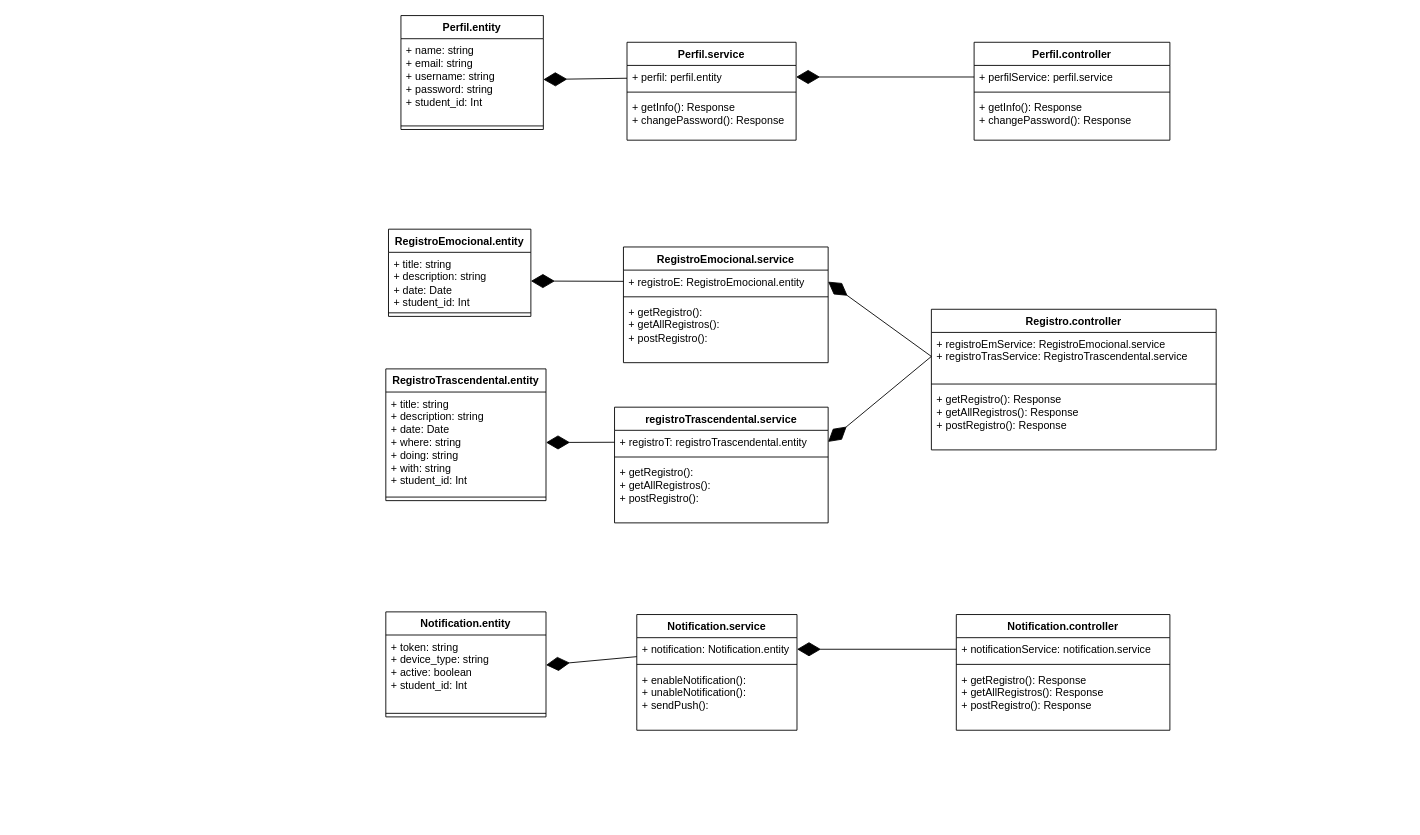
This is ClassDiagram.drawio from Our-Hive/OurHive-API-v2, a draw.io file, before an edit. Source tidied: cells renumbered, new cells numbered last; positions are measured from the earlier drawing's top-left corner, leaving out a move shared by most shapes. Both pictures are drawn from the tidied source at 89%, with x=0, y=0 at pixel (385, 15).
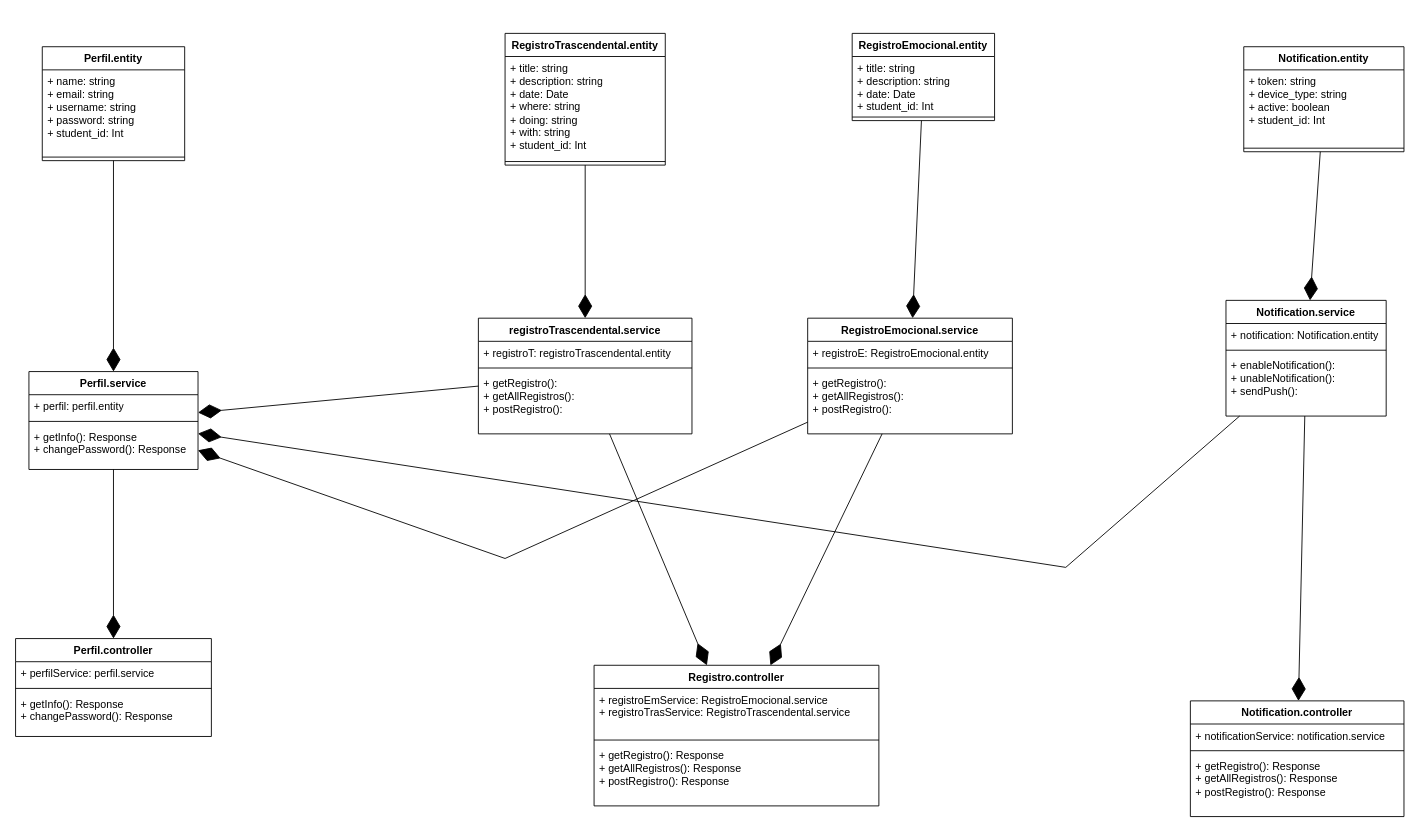
The same page after the edit.

The change refers to these unchanged cells:
```xml
<mxCell id="3" value="+ perfilService: perfil.service" style="text;strokeColor=none;fillColor=none;align=left;verticalAlign=top;spacingLeft=4;spacingRight=4;overflow=hidden;points=[[0,0.5],[1,0.5]];portConstraint=eastwest;whiteSpace=wrap;html=1;" parent="2" vertex="1">
  <mxGeometry y="26" width="220" height="26" as="geometry" />
</mxCell>
<mxCell id="7" value="+ perfil: perfil.entity" style="text;strokeColor=none;fillColor=none;align=left;verticalAlign=top;spacingLeft=4;spacingRight=4;overflow=hidden;points=[[0,0.5],[1,0.5]];portConstraint=eastwest;whiteSpace=wrap;html=1;" parent="6" vertex="1">
  <mxGeometry y="26" width="190" height="26" as="geometry" />
</mxCell>
<mxCell id="11" value="+ name: string&lt;br&gt;+ email: string&lt;br&gt;+ username: string&lt;br&gt;+ password: string&lt;br&gt;+ student_id: Int" style="text;strokeColor=none;fillColor=none;align=left;verticalAlign=top;spacingLeft=4;spacingRight=4;overflow=hidden;points=[[0,0.5],[1,0.5]];portConstraint=eastwest;whiteSpace=wrap;html=1;" parent="10" vertex="1">
  <mxGeometry y="26" width="160" height="94" as="geometry" />
</mxCell>
<mxCell id="14" value="+ title: string&lt;br&gt;+ description: string&lt;br&gt;+ date: Date&lt;br&gt;+ student_id: Int" style="text;strokeColor=none;fillColor=none;align=left;verticalAlign=top;spacingLeft=4;spacingRight=4;overflow=hidden;points=[[0,0.5],[1,0.5]];portConstraint=eastwest;whiteSpace=wrap;html=1;" parent="13" vertex="1">
  <mxGeometry y="26" width="160" height="64" as="geometry" />
</mxCell>
<mxCell id="17" value="+ registroE: RegistroEmocional.entity" style="text;strokeColor=none;fillColor=none;align=left;verticalAlign=top;spacingLeft=4;spacingRight=4;overflow=hidden;points=[[0,0.5],[1,0.5]];portConstraint=eastwest;whiteSpace=wrap;html=1;" parent="16" vertex="1">
  <mxGeometry y="26" width="230" height="26" as="geometry" />
</mxCell>
<mxCell id="21" value="+ registroEmService: RegistroEmocional.service&lt;br&gt;+ registroTrasService: RegistroTrascendental.service" style="text;strokeColor=none;fillColor=none;align=left;verticalAlign=top;spacingLeft=4;spacingRight=4;overflow=hidden;points=[[0,0.5],[1,0.5]];portConstraint=eastwest;whiteSpace=wrap;html=1;" parent="20" vertex="1">
  <mxGeometry y="26" width="320" height="54" as="geometry" />
</mxCell>
<mxCell id="25" value="+ title: string&lt;br&gt;+ description: string&lt;br&gt;+ date: Date&lt;br&gt;+ where: string&lt;br&gt;+ doing: string&lt;br&gt;+ with: string&lt;br&gt;+ student_id: Int" style="text;strokeColor=none;fillColor=none;align=left;verticalAlign=top;spacingLeft=4;spacingRight=4;overflow=hidden;points=[[0,0.5],[1,0.5]];portConstraint=eastwest;whiteSpace=wrap;html=1;" parent="24" vertex="1">
  <mxGeometry y="26" width="180" height="114" as="geometry" />
</mxCell>
<mxCell id="28" value="+ registroT: registroTrascendental.entity" style="text;strokeColor=none;fillColor=none;align=left;verticalAlign=top;spacingLeft=4;spacingRight=4;overflow=hidden;points=[[0,0.5],[1,0.5]];portConstraint=eastwest;whiteSpace=wrap;html=1;" parent="27" vertex="1">
  <mxGeometry y="26" width="240" height="26" as="geometry" />
</mxCell>
<mxCell id="32" value="+ token: string&lt;br&gt;+ device_type: string&lt;br&gt;+ active: boolean&lt;br&gt;+ student_id: Int" style="text;strokeColor=none;fillColor=none;align=left;verticalAlign=top;spacingLeft=4;spacingRight=4;overflow=hidden;points=[[0,0.5],[1,0.5]];portConstraint=eastwest;whiteSpace=wrap;html=1;" parent="31" vertex="1">
  <mxGeometry y="26" width="180" height="84" as="geometry" />
</mxCell>
<mxCell id="35" value="+ notification: Notification.entity" style="text;strokeColor=none;fillColor=none;align=left;verticalAlign=top;spacingLeft=4;spacingRight=4;overflow=hidden;points=[[0,0.5],[1,0.5]];portConstraint=eastwest;whiteSpace=wrap;html=1;" parent="34" vertex="1">
  <mxGeometry y="26" width="180" height="26" as="geometry" />
</mxCell>
<mxCell id="39" value="+ notificationService: notification.service" style="text;strokeColor=none;fillColor=none;align=left;verticalAlign=top;spacingLeft=4;spacingRight=4;overflow=hidden;points=[[0,0.5],[1,0.5]];portConstraint=eastwest;whiteSpace=wrap;html=1;" parent="38" vertex="1">
  <mxGeometry y="26" width="240" height="26" as="geometry" />
</mxCell>
```

Diff of the diagram source:
```diff
@@
     <mxCell id="2" value="Perfil.controller" style="swimlane;fontStyle=1;align=center;verticalAlign=top;horizontal=1;startSize=26;whiteSpace=wrap;html=1;" parent="1" vertex="1">
-      <mxGeometry x="661" y="30" width="220" height="110" as="geometry" />
+      <mxGeometry x="-416" y="700" width="220" height="110" as="geometry" />
     </mxCell>
@@
     <mxCell id="6" value="Perfil.service" style="swimlane;fontStyle=1;align=center;verticalAlign=top;horizontal=1;startSize=26;whiteSpace=wrap;html=1;" parent="1" vertex="1">
-      <mxGeometry x="271" y="30" width="190" height="110" as="geometry" />
+      <mxGeometry x="-401" y="400" width="190" height="110" as="geometry" />
     </mxCell>
@@
     <mxCell id="10" value="Perfil.entity" style="swimlane;fontStyle=1;align=center;verticalAlign=top;horizontal=1;startSize=26;whiteSpace=wrap;html=1;" parent="1" vertex="1">
-      <mxGeometry x="17" width="160" height="128" as="geometry" />
+      <mxGeometry x="-386" y="35" width="160" height="128" as="geometry" />
     </mxCell>
@@
     <mxCell id="13" value="RegistroEmocional.entity" style="swimlane;fontStyle=1;align=center;verticalAlign=top;horizontal=1;startSize=26;whiteSpace=wrap;html=1;" parent="1" vertex="1">
-      <mxGeometry x="3" y="240" width="160" height="98" as="geometry" />
+      <mxGeometry x="524" y="20" width="160" height="98" as="geometry" />
     </mxCell>
@@
     <mxCell id="16" value="RegistroEmocional.service" style="swimlane;fontStyle=1;align=center;verticalAlign=top;horizontal=1;startSize=26;whiteSpace=wrap;html=1;" parent="1" vertex="1">
-      <mxGeometry x="267" y="260" width="230" height="130" as="geometry" />
+      <mxGeometry x="474" y="340" width="230" height="130" as="geometry" />
     </mxCell>
@@
     <mxCell id="20" value="Registro.controller" style="swimlane;fontStyle=1;align=center;verticalAlign=top;horizontal=1;startSize=26;whiteSpace=wrap;html=1;" parent="1" vertex="1">
-      <mxGeometry x="613" y="330" width="320" height="158" as="geometry" />
+      <mxGeometry x="234" y="730" width="320" height="158" as="geometry" />
     </mxCell>
@@
     <mxCell id="24" value="RegistroTrascendental.entity" style="swimlane;fontStyle=1;align=center;verticalAlign=top;horizontal=1;startSize=26;whiteSpace=wrap;html=1;" parent="1" vertex="1">
-      <mxGeometry y="397" width="180" height="148" as="geometry" />
+      <mxGeometry x="134" y="20" width="180" height="148" as="geometry" />
     </mxCell>
@@
     <mxCell id="27" value="registroTrascendental.service" style="swimlane;fontStyle=1;align=center;verticalAlign=top;horizontal=1;startSize=26;whiteSpace=wrap;html=1;" parent="1" vertex="1">
-      <mxGeometry x="257" y="440" width="240" height="130" as="geometry" />
+      <mxGeometry x="104" y="340" width="240" height="130" as="geometry" />
     </mxCell>
@@
     <mxCell id="31" value="Notification.entity" style="swimlane;fontStyle=1;align=center;verticalAlign=top;horizontal=1;startSize=26;whiteSpace=wrap;html=1;" parent="1" vertex="1">
-      <mxGeometry y="670" width="180" height="118" as="geometry" />
+      <mxGeometry x="964" y="35" width="180" height="118" as="geometry" />
     </mxCell>
@@
     <mxCell id="34" value="Notification.service" style="swimlane;fontStyle=1;align=center;verticalAlign=top;horizontal=1;startSize=26;whiteSpace=wrap;html=1;" parent="1" vertex="1">
-      <mxGeometry x="282" y="673" width="180" height="130" as="geometry" />
+      <mxGeometry x="944" y="320" width="180" height="130" as="geometry" />
     </mxCell>
@@
     <mxCell id="38" value="Notification.controller" style="swimlane;fontStyle=1;align=center;verticalAlign=top;horizontal=1;startSize=26;whiteSpace=wrap;html=1;" parent="1" vertex="1">
-      <mxGeometry x="641" y="673" width="240" height="130" as="geometry" />
+      <mxGeometry x="904" y="770" width="240" height="130" as="geometry" />
     </mxCell>
@@
-    <mxCell id="42" style="endArrow=diamondThin;endFill=1;endSize=24;html=1;rounded=0;" parent="1" edge="1" source="35" target="32">
-      <mxGeometry relative="1" as="geometry" />
-    </mxCell>
-    <mxCell id="43" style="endArrow=diamondThin;endFill=1;endSize=24;html=1;rounded=0;" parent="1" edge="1" source="39" target="35">
-      <mxGeometry relative="1" as="geometry" />
-    </mxCell>
-    <mxCell id="44" style="endArrow=diamondThin;endFill=1;endSize=24;html=1;rounded=0;" parent="1" edge="1" source="17" target="14">
-      <mxGeometry relative="1" as="geometry" />
-    </mxCell>
-    <mxCell id="45" style="endArrow=diamondThin;endFill=1;endSize=24;html=1;rounded=0;" parent="1" edge="1" source="28" target="25">
-      <mxGeometry relative="1" as="geometry" />
-    </mxCell>
-    <mxCell id="46" style="endArrow=diamondThin;endFill=1;endSize=24;html=1;rounded=0;exitX=0;exitY=0.5;exitDx=0;exitDy=0;entryX=1;entryY=0.5;entryDx=0;entryDy=0;" parent="1" edge="1" source="21" target="17">
-      <mxGeometry relative="1" as="geometry" />
-    </mxCell>
-    <mxCell id="47" style="endArrow=diamondThin;endFill=1;endSize=24;html=1;rounded=0;entryX=1;entryY=0.5;entryDx=0;entryDy=0;exitX=0;exitY=0.5;exitDx=0;exitDy=0;" parent="1" edge="1" source="21" target="28">
-      <mxGeometry relative="1" as="geometry" />
-    </mxCell>
-    <mxCell id="48" style="endArrow=diamondThin;endFill=1;endSize=24;html=1;rounded=0;" parent="1" edge="1" source="7" target="11">
-      <mxGeometry relative="1" as="geometry" />
-    </mxCell>
-    <mxCell id="49" style="endArrow=diamondThin;endFill=1;endSize=24;html=1;rounded=0;" parent="1" edge="1" source="3" target="7">
-      <mxGeometry relative="1" as="geometry" />
-    </mxCell>
+    <mxCell id="50" style="endArrow=diamondThin;endFill=1;endSize=24;html=1;rounded=0;" parent="1" edge="1" source="10" target="6">
+      <mxGeometry relative="1" as="geometry" />
+    </mxCell>
+    <mxCell id="51" style="endArrow=diamondThin;endFill=1;endSize=24;html=1;rounded=0;" parent="1" edge="1" source="6" target="2">
+      <mxGeometry relative="1" as="geometry" />
+    </mxCell>
+    <mxCell id="52" style="endArrow=diamondThin;endFill=1;endSize=24;html=1;rounded=0;" parent="1" edge="1" source="13" target="16">
+      <mxGeometry relative="1" as="geometry" />
+    </mxCell>
+    <mxCell id="53" style="endArrow=diamondThin;endFill=1;endSize=24;html=1;rounded=0;" parent="1" edge="1" source="16" target="20">
+      <mxGeometry relative="1" as="geometry" />
+    </mxCell>
+    <mxCell id="54" style="endArrow=diamondThin;endFill=1;endSize=24;html=1;rounded=0;" parent="1" edge="1" source="24" target="27">
+      <mxGeometry relative="1" as="geometry" />
+    </mxCell>
+    <mxCell id="55" style="endArrow=diamondThin;endFill=1;endSize=24;html=1;rounded=0;" parent="1" edge="1" source="27" target="20">
+      <mxGeometry relative="1" as="geometry" />
+    </mxCell>
+    <mxCell id="56" style="endArrow=diamondThin;endFill=1;endSize=24;html=1;rounded=0;" parent="1" edge="1" source="31" target="34">
+      <mxGeometry relative="1" as="geometry" />
+    </mxCell>
+    <mxCell id="57" style="endArrow=diamondThin;endFill=1;endSize=24;html=1;rounded=0;" parent="1" edge="1" source="34" target="38">
+      <mxGeometry relative="1" as="geometry" />
+    </mxCell>
+    <mxCell id="58" style="endArrow=diamondThin;endFill=1;endSize=24;html=1;rounded=0;" parent="1" edge="1" source="27" target="6">
+      <mxGeometry relative="1" as="geometry" />
+    </mxCell>
+    <mxCell id="59" style="endArrow=diamondThin;endFill=1;endSize=24;html=1;rounded=0;" parent="1" edge="1" source="16" target="6">
+      <mxGeometry relative="1" as="geometry">
+        <Array as="points">
+          <mxPoint x="134" y="610" />
+        </Array>
+      </mxGeometry>
+    </mxCell>
+    <mxCell id="60" style="endArrow=diamondThin;endFill=1;endSize=24;html=1;rounded=0;" parent="1" edge="1" source="34" target="6">
+      <mxGeometry relative="1" as="geometry">
+        <Array as="points">
+          <mxPoint x="764" y="620" />
+        </Array>
+      </mxGeometry>
+    </mxCell>
```
